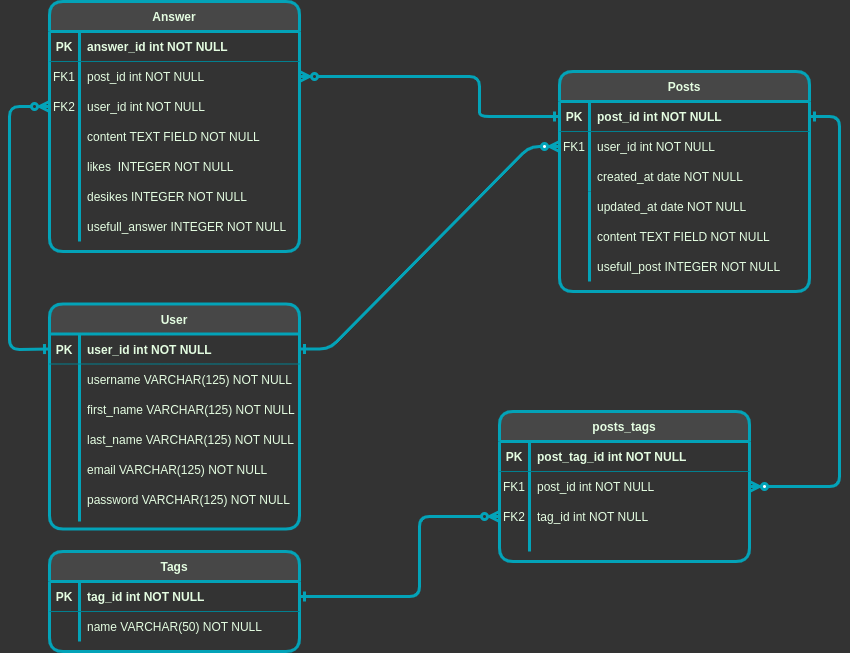
The draw.io diagram er_diagram/capstone_der.drawio.png in victor-sagulo/devs_salvation, before a commit. Source tidied: cells renumbered, new cells last; positions are measured from the earlier drawing's top-left corner, leaving out a move shared by most shapes.
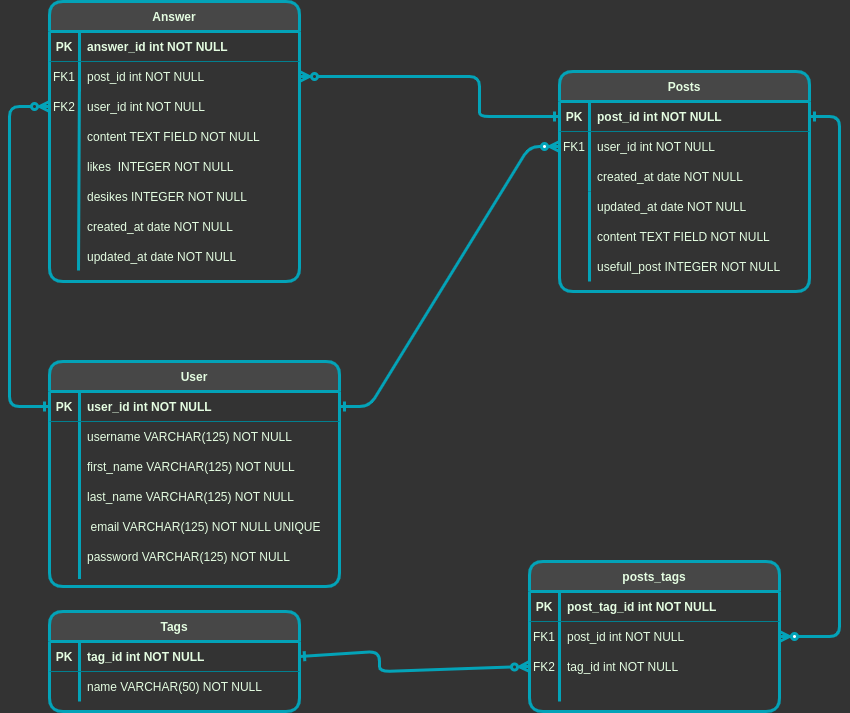
Above is the later version.

What changed in the source:
```diff
@@ -39,7 +39,7 @@
       <mxGeometry x="30" width="220" height="30" as="geometry" />
     </mxCell>
     <mxCell id="14" value="posts_tags" style="shape=table;startSize=30;rowLines=0;fontStyle=1;align=center;rounded=1;fillColor=#474747;strokeColor=#03A3B8;fontColor=#E4FDE1;strokeWidth=3;" parent="1" vertex="1">
-      <mxGeometry x="490" y="410" width="250" height="150" as="geometry" />
+      <mxGeometry x="520" y="560" width="250" height="150" as="geometry" />
     </mxCell>
     <mxCell id="15" style="shape=partialRectangle;fillColor=none;top=0;left=0;right=0;bottom=1;rounded=1;strokeColor=#028090;fontColor=#E4FDE1;" parent="14" vertex="1">
       <mxGeometry y="30" width="250" height="30" as="geometry" />
@@ -60,28 +60,28 @@
       <mxGeometry x="30" width="220" height="30" as="geometry" />
     </mxCell>
     <mxCell id="21" value="User" style="shape=table;startSize=30;rowLines=0;fontStyle=1;align=center;rounded=1;fillColor=#474747;strokeColor=#03A3B8;fontColor=#E4FDE1;strokeWidth=3;" parent="1" vertex="1">
-      <mxGeometry x="40" y="302.5" width="250" height="225" as="geometry" />
+      <mxGeometry x="40" y="360" width="290" height="225" as="geometry" />
     </mxCell>
     <mxCell id="22" style="shape=partialRectangle;fillColor=none;points=[[0,0.5],[1,0.5]];portConstraint=eastwest;top=0;left=0;right=0;bottom=1;rounded=1;strokeColor=#028090;fontColor=#E4FDE1;" parent="21" vertex="1">
-      <mxGeometry y="30" width="250" height="30" as="geometry" />
+      <mxGeometry y="30" width="290" height="30" as="geometry" />
     </mxCell>
     <mxCell id="23" value="PK" style="shape=partialRectangle;overflow=hidden;fillColor=none;top=0;left=0;bottom=0;right=0;fontStyle=1;rounded=1;strokeColor=#028090;fontColor=#E4FDE1;" parent="22" vertex="1">
       <mxGeometry width="30" height="30" as="geometry" />
     </mxCell>
     <mxCell id="24" value="user_id int NOT NULL " style="shape=partialRectangle;overflow=hidden;fillColor=none;top=0;left=0;bottom=0;right=0;align=left;spacingLeft=6;fontStyle=1;rounded=1;strokeColor=#028090;fontColor=#E4FDE1;strokeWidth=3;" parent="22" vertex="1">
-      <mxGeometry x="30" width="220" height="30" as="geometry" />
+      <mxGeometry x="30" width="260" height="30" as="geometry" />
     </mxCell>
     <mxCell id="25" style="shape=partialRectangle;fillColor=none;top=0;left=0;right=0;bottom=0;rounded=1;strokeColor=#028090;fontColor=#E4FDE1;" parent="21" vertex="1">
-      <mxGeometry y="60" width="250" height="30" as="geometry" />
+      <mxGeometry y="60" width="290" height="30" as="geometry" />
     </mxCell>
     <mxCell id="26" style="shape=partialRectangle;overflow=hidden;fillColor=none;top=0;left=0;bottom=0;right=0;rounded=1;strokeColor=#028090;fontColor=#E4FDE1;" parent="25" vertex="1">
       <mxGeometry width="30" height="30" as="geometry" />
     </mxCell>
     <mxCell id="27" value="username VARCHAR(125) NOT NULL" style="shape=partialRectangle;overflow=hidden;fillColor=none;top=0;left=0;bottom=0;right=0;align=left;spacingLeft=6;rounded=1;strokeColor=#028090;fontColor=#E4FDE1;" parent="25" vertex="1">
-      <mxGeometry x="30" width="220" height="30" as="geometry" />
+      <mxGeometry x="30" width="260" height="30" as="geometry" />
     </mxCell>
     <mxCell id="28" value="Answer" style="shape=table;startSize=30;rowLines=0;fontStyle=1;align=center;rounded=1;fillColor=#474747;strokeColor=#03A3B8;fontColor=#E4FDE1;strokeWidth=3;" parent="1" vertex="1">
-      <mxGeometry x="40" width="250" height="250" as="geometry" />
+      <mxGeometry x="40" width="250" height="280" as="geometry" />
     </mxCell>
     <mxCell id="29" style="shape=partialRectangle;fillColor=none;top=0;left=0;right=0;bottom=1;rounded=1;strokeColor=#028090;fontColor=#E4FDE1;" parent="28" vertex="1">
       <mxGeometry y="30" width="250" height="30" as="geometry" />
@@ -102,7 +102,7 @@
       <mxGeometry x="30" width="220" height="30" as="geometry" />
     </mxCell>
     <mxCell id="35" value="Tags" style="shape=table;startSize=30;rowLines=0;fontStyle=1;align=center;rounded=1;fillColor=#474747;strokeColor=#03A3B8;fontColor=#E4FDE1;strokeWidth=3;" parent="1" vertex="1">
-      <mxGeometry x="40" y="550" width="250" height="100" as="geometry" />
+      <mxGeometry x="40" y="610" width="250" height="100" as="geometry" />
     </mxCell>
     <mxCell id="36" style="shape=partialRectangle;fillColor=none;points=[[0,0.5],[1,0.5]];portConstraint=eastwest;top=0;left=0;right=0;bottom=1;rounded=1;strokeColor=#028090;fontColor=#E4FDE1;" parent="35" vertex="1">
       <mxGeometry y="30" width="250" height="30" as="geometry" />
@@ -123,7 +123,7 @@
       <mxGeometry x="30" width="220" height="30" as="geometry" />
     </mxCell>
     <mxCell id="42" style="shape=partialRectangle;fillColor=none;points=[[0,0.5],[1,0.5]];portConstraint=eastwest;top=0;left=0;right=0;bottom=0;rounded=1;strokeColor=#028090;fontColor=#E4FDE1;" parent="1" vertex="1">
-      <mxGeometry x="490" y="500" width="250" height="30" as="geometry" />
+      <mxGeometry x="520" y="650" width="250" height="30" as="geometry" />
     </mxCell>
     <mxCell id="43" value="FK2" style="shape=partialRectangle;overflow=hidden;fillColor=none;top=0;left=0;bottom=0;right=0;rounded=1;strokeColor=#028090;fontColor=#E4FDE1;" parent="42" vertex="1">
       <mxGeometry width="30" height="30" as="geometry" />
@@ -134,25 +134,25 @@
     <mxCell id="45" style="endArrow=ERzeroToMany;startArrow=ERone;endFill=0;startFill=0;entryX=0;entryY=0.5;entryDx=0;entryDy=0;exitX=1;exitY=0.5;exitDx=0;exitDy=0;labelBackgroundColor=#114B5F;strokeColor=#03A3B8;fontColor=#E4FDE1;strokeWidth=3;" parent="1" edge="1" source="36" target="42">
       <mxGeometry relative="1" as="geometry">
         <Array as="points">
-          <mxPoint x="410" y="595" />
-          <mxPoint x="410" y="515" />
+          <mxPoint x="370" y="650" />
+          <mxPoint x="370" y="670" />
         </Array>
       </mxGeometry>
     </mxCell>
     <mxCell id="46" style="endArrow=none;html=1;rounded=1;labelBackgroundColor=#114B5F;strokeColor=#03A3B8;fontColor=#E4FDE1;strokeWidth=3;" parent="1" edge="1">
       <mxGeometry relative="1" as="geometry">
-        <mxPoint x="520" y="550" as="sourcePoint" />
-        <mxPoint x="520" y="490" as="targetPoint" />
+        <mxPoint x="550" y="700" as="sourcePoint" />
+        <mxPoint x="550" y="640" as="targetPoint" />
       </mxGeometry>
     </mxCell>
     <mxCell id="47" style="endArrow=none;html=1;rounded=1;labelBackgroundColor=#114B5F;strokeColor=#03A3B8;fontColor=#E4FDE1;strokeWidth=3;" parent="1" edge="1">
       <mxGeometry relative="1" as="geometry">
-        <mxPoint x="70" y="520" as="sourcePoint" />
-        <mxPoint x="70" y="385" as="targetPoint" />
+        <mxPoint x="70" y="577.5" as="sourcePoint" />
+        <mxPoint x="70" y="442.5" as="targetPoint" />
       </mxGeometry>
     </mxCell>
     <mxCell id="48" style="shape=partialRectangle;fillColor=none;top=0;left=0;right=0;bottom=0;rounded=1;strokeColor=#028090;fontColor=#E4FDE1;" parent="1" vertex="1">
-      <mxGeometry x="40" y="392.5" width="250" height="30" as="geometry" />
+      <mxGeometry x="40" y="450" width="250" height="30" as="geometry" />
     </mxCell>
     <mxCell id="49" style="shape=partialRectangle;overflow=hidden;fillColor=none;top=0;left=0;bottom=0;right=0;rounded=1;strokeColor=#028090;fontColor=#E4FDE1;" parent="48" vertex="1">
       <mxGeometry width="30" height="30" as="geometry" />
@@ -161,7 +161,7 @@
       <mxGeometry x="30" width="220" height="30" as="geometry" />
     </mxCell>
     <mxCell id="51" style="shape=partialRectangle;fillColor=none;top=0;left=0;right=0;bottom=0;rounded=1;strokeColor=#028090;fontColor=#E4FDE1;" parent="1" vertex="1">
-      <mxGeometry x="40" y="422.5" width="250" height="30" as="geometry" />
+      <mxGeometry x="40" y="480" width="250" height="30" as="geometry" />
     </mxCell>
     <mxCell id="52" style="shape=partialRectangle;overflow=hidden;fillColor=none;top=0;left=0;bottom=0;right=0;rounded=1;strokeColor=#028090;fontColor=#E4FDE1;" parent="51" vertex="1">
       <mxGeometry width="30" height="30" as="geometry" />
@@ -170,16 +170,16 @@
       <mxGeometry x="30" width="220" height="30" as="geometry" />
     </mxCell>
     <mxCell id="54" style="shape=partialRectangle;fillColor=none;top=0;left=0;right=0;bottom=0;rounded=1;strokeColor=#028090;fontColor=#E4FDE1;" parent="1" vertex="1">
-      <mxGeometry x="40" y="452.5" width="250" height="30" as="geometry" />
+      <mxGeometry x="40" y="510" width="280" height="30" as="geometry" />
     </mxCell>
     <mxCell id="55" style="shape=partialRectangle;overflow=hidden;fillColor=none;top=0;left=0;bottom=0;right=0;rounded=1;strokeColor=#028090;fontColor=#E4FDE1;" parent="54" vertex="1">
-      <mxGeometry width="30" height="30" as="geometry" />
+      <mxGeometry width="33.6" height="30" as="geometry" />
     </mxCell>
-    <mxCell id="56" value="email VARCHAR(125) NOT NULL" style="shape=partialRectangle;overflow=hidden;fillColor=none;top=0;left=0;bottom=0;right=0;align=left;spacingLeft=6;rounded=1;strokeColor=#028090;fontColor=#E4FDE1;" parent="54" vertex="1">
-      <mxGeometry x="30" width="220" height="30" as="geometry" />
+    <mxCell id="56" value="email VARCHAR(125) NOT NULL UNIQUE" style="shape=partialRectangle;overflow=hidden;fillColor=none;top=0;left=0;bottom=0;right=0;align=left;spacingLeft=6;rounded=1;strokeColor=#028090;fontColor=#E4FDE1;" parent="54" vertex="1">
+      <mxGeometry x="33.6" width="246.4" height="30" as="geometry" />
     </mxCell>
     <mxCell id="57" style="shape=partialRectangle;fillColor=none;top=0;left=0;right=0;bottom=0;rounded=1;strokeColor=#028090;fontColor=#E4FDE1;" parent="1" vertex="1">
-      <mxGeometry x="40" y="482.5" width="250" height="30" as="geometry" />
+      <mxGeometry x="40" y="540" width="250" height="30" as="geometry" />
     </mxCell>
     <mxCell id="58" style="shape=partialRectangle;overflow=hidden;fillColor=none;top=0;left=0;bottom=0;right=0;rounded=1;strokeColor=#028090;fontColor=#E4FDE1;" parent="57" vertex="1">
       <mxGeometry width="30" height="30" as="geometry" />
@@ -248,6 +248,7 @@
           <mxPoint y="125" />
           <mxPoint y="238" />
           <mxPoint y="348" />
+          <mxPoint y="405" />
         </Array>
       </mxGeometry>
     </mxCell>
@@ -275,25 +276,34 @@
     <mxCell id="84" value="content TEXT FIELD NOT NULL" style="shape=partialRectangle;overflow=hidden;fillColor=none;top=0;left=0;bottom=0;right=0;align=left;spacingLeft=6;rounded=1;strokeColor=#028090;fontColor=#E4FDE1;" parent="82" vertex="1">
       <mxGeometry x="30" width="220" height="30" as="geometry" />
     </mxCell>
-    <mxCell id="85" style="endArrow=none;html=1;rounded=1;labelBackgroundColor=#114B5F;strokeColor=#03A3B8;fontColor=#E4FDE1;strokeWidth=3;exitX=0.12;exitY=1;exitDx=0;exitDy=0;exitPerimeter=0;" parent="1" edge="1" source="86">
+    <mxCell id="85" style="endArrow=none;html=1;rounded=1;labelBackgroundColor=#114B5F;strokeColor=#03A3B8;fontColor=#E4FDE1;strokeWidth=3;exitX=0.116;exitY=0.967;exitDx=0;exitDy=0;exitPerimeter=0;" parent="1" edge="1" source="92">
       <mxGeometry relative="1" as="geometry">
         <mxPoint x="70" y="70" as="targetPoint" />
       </mxGeometry>
     </mxCell>
+    <mxCell id="89" style="endArrow=none;html=1;rounded=1;sketch=0;fontColor=#E4FDE1;strokeColor=#03A3B8;strokeWidth=3;fillColor=#F45B69;curved=0;" parent="1" edge="1">
+      <mxGeometry relative="1" as="geometry">
+        <mxPoint x="580" y="280" as="sourcePoint" />
+        <mxPoint x="580" y="190" as="targetPoint" />
+      </mxGeometry>
+    </mxCell>
     <mxCell id="86" style="shape=partialRectangle;fillColor=none;points=[[0,0.5],[1,0.5]];portConstraint=eastwest;top=0;left=0;right=0;bottom=0;rounded=1;strokeColor=#028090;fontColor=#E4FDE1;" parent="1" vertex="1">
       <mxGeometry x="40" y="210" width="250" height="30" as="geometry" />
     </mxCell>
-    <mxCell id="87" style="shape=partialRectangle;overflow=hidden;fillColor=none;top=0;left=0;bottom=0;right=0;rounded=1;strokeColor=#028090;fontColor=#E4FDE1;" parent="86" vertex="1">
-      <mxGeometry width="30" height="30" as="geometry" />
-    </mxCell>
-    <mxCell id="88" value="usefull_answer INTEGER NOT NULL" style="shape=partialRectangle;overflow=hidden;fillColor=none;top=0;left=0;bottom=0;right=0;align=left;spacingLeft=6;rounded=1;strokeColor=#028090;fontColor=#E4FDE1;" parent="86" vertex="1">
-      <mxGeometry x="30" width="220" height="30" as="geometry" />
-    </mxCell>
-    <mxCell id="89" style="endArrow=none;html=1;rounded=1;sketch=0;fontColor=#E4FDE1;strokeColor=#03A3B8;strokeWidth=3;fillColor=#F45B69;curved=0;" parent="1" edge="1">
-      <mxGeometry relative="1" as="geometry">
-        <mxPoint x="580" y="280" as="sourcePoint" />
-        <mxPoint x="580" y="190" as="targetPoint" />
-      </mxGeometry>
-    </mxCell>
+    <mxCell id="90" style="shape=partialRectangle;overflow=hidden;fillColor=none;top=0;left=0;bottom=0;right=0;rounded=1;strokeColor=#028090;fontColor=#E4FDE1;" parent="86" vertex="1">
+      <mxGeometry width="30" height="30" as="geometry" />
+    </mxCell>
+    <mxCell id="91" value="created_at date NOT NULL" style="shape=partialRectangle;overflow=hidden;fillColor=none;top=0;left=0;bottom=0;right=0;align=left;spacingLeft=6;rounded=1;strokeColor=#028090;fontColor=#E4FDE1;" parent="86" vertex="1">
+      <mxGeometry x="30" width="220" height="30" as="geometry" />
+    </mxCell>
+    <mxCell id="92" style="shape=partialRectangle;fillColor=none;points=[[0,0.5],[1,0.5]];portConstraint=eastwest;top=0;left=0;right=0;bottom=0;rounded=1;strokeColor=#028090;fontColor=#E4FDE1;" parent="1" vertex="1">
+      <mxGeometry x="40" y="240" width="250" height="30" as="geometry" />
+    </mxCell>
+    <mxCell id="93" style="shape=partialRectangle;overflow=hidden;fillColor=none;top=0;left=0;bottom=0;right=0;rounded=1;strokeColor=#028090;fontColor=#E4FDE1;" parent="92" vertex="1">
+      <mxGeometry width="30" height="30" as="geometry" />
+    </mxCell>
+    <mxCell id="94" value="updated_at date NOT NULL" style="shape=partialRectangle;overflow=hidden;fillColor=none;top=0;left=0;bottom=0;right=0;align=left;spacingLeft=6;rounded=1;strokeColor=#028090;fontColor=#E4FDE1;" parent="92" vertex="1">
+      <mxGeometry x="30" width="220" height="30" as="geometry" />
+    </mxCell>
   </root>
 </mxGraphModel>
```
